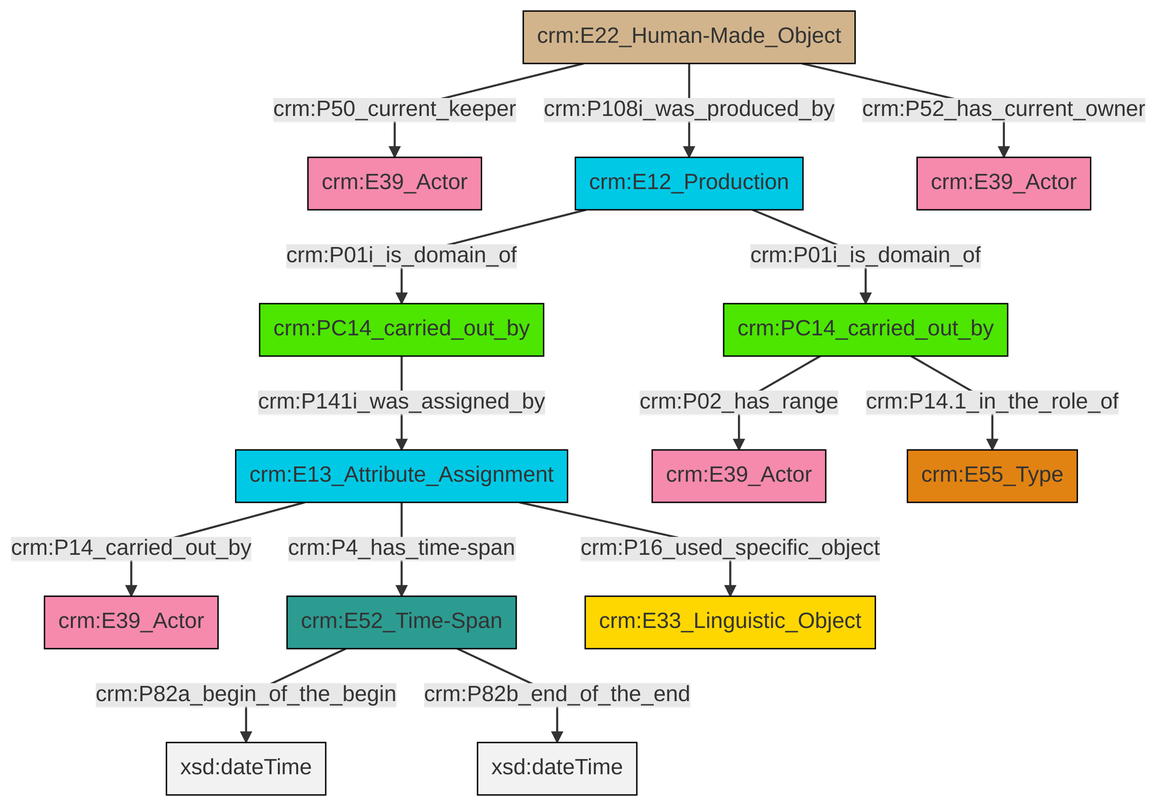
Before: et/carrierCSV/ttl/mmd/png/carrier_relations.png, a diagram exported from Mermaid (swiss-art-research-net/docs.swissartresearch). Its source is kept beside it as et/carrierCSV/ttl/mmd/carrier_relations.ttl.mmd.
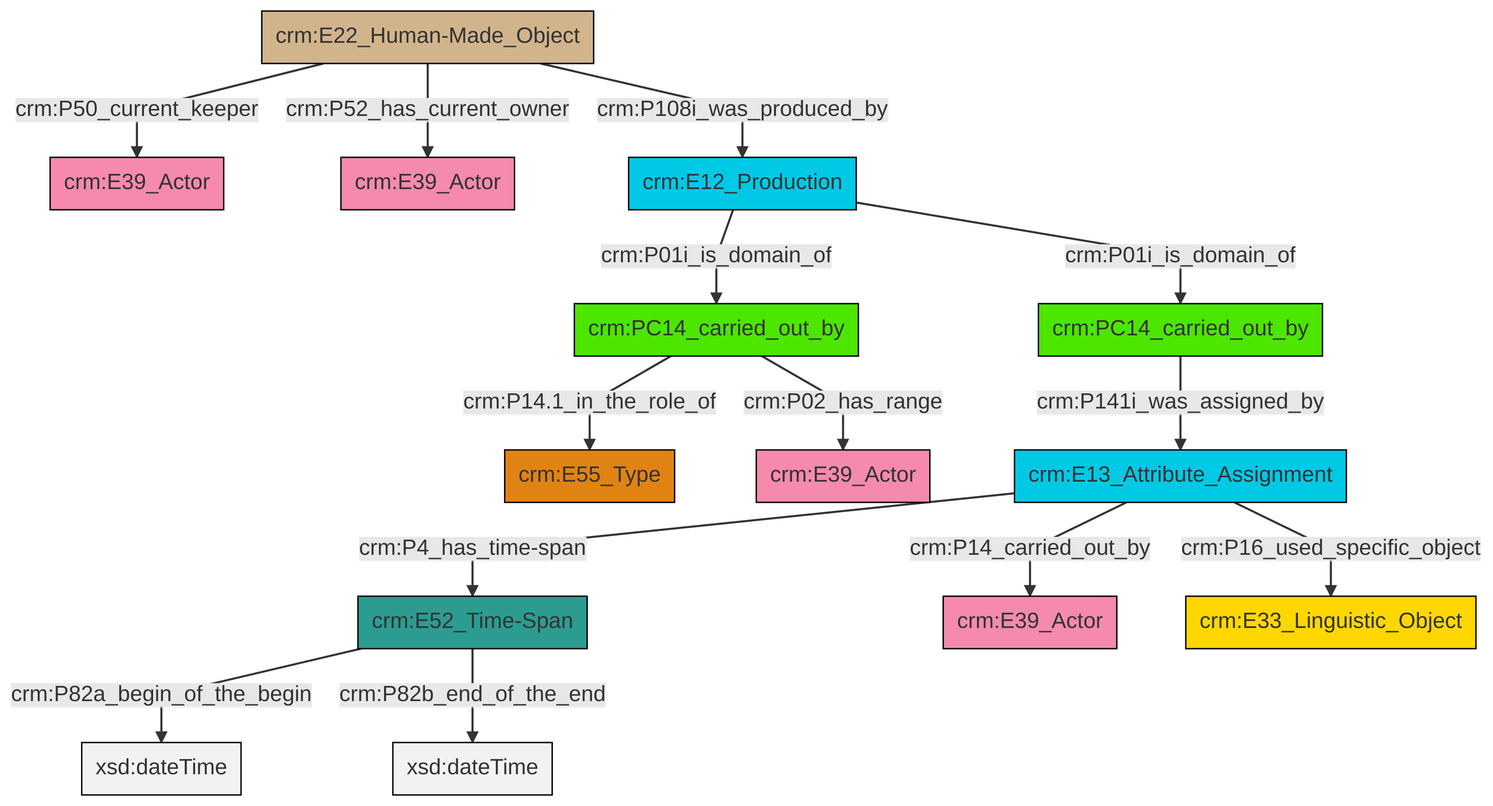
After the change.

The edit, as a diff of the source:
```diff
@@ -13,16 +13,16 @@
 classDef PC_Classes fill:#4ce600, stroke:#000000;
 classDef Multi fill:#cccccc,stroke:#000000;
 
-4["crm:E13_Attribute_Assignment"]:::Temporal_Entity -->|crm:P4_has_time-span| 5["crm:E52_Time-Span"]:::Time-Span
-6["crm:E12_Production"]:::Temporal_Entity -->|crm:P01i_is_domain_of| 7["crm:PC14_carried_out_by"]:::PC_Classes
-5["crm:E52_Time-Span"]:::Time-Span -->|crm:P82a_begin_of_the_begin| 14[xsd:dateTime]:::Literal
-4["crm:E13_Attribute_Assignment"]:::Temporal_Entity -->|crm:P16_used_specific_object| 12["crm:E33_Linguistic_Object"]:::Conceptual_Object
-8["crm:PC14_carried_out_by"]:::PC_Classes -->|crm:P14.1_in_the_role_of| 17["crm:E55_Type"]:::Type
-6["crm:E12_Production"]:::Temporal_Entity -->|crm:P01i_is_domain_of| 8["crm:PC14_carried_out_by"]:::PC_Classes
-5["crm:E52_Time-Span"]:::Time-Span -->|crm:P82b_end_of_the_end| 21[xsd:dateTime]:::Literal
-8["crm:PC14_carried_out_by"]:::PC_Classes -->|crm:P02_has_range| 10["crm:E39_Actor"]:::Actor
-19["crm:E22_Human-Made_Object"]:::Physical_Thing -->|crm:P50_current_keeper| 0["crm:E39_Actor"]:::Actor
-19["crm:E22_Human-Made_Object"]:::Physical_Thing -->|crm:P52_has_current_owner| 15["crm:E39_Actor"]:::Actor
-4["crm:E13_Attribute_Assignment"]:::Temporal_Entity -->|crm:P14_carried_out_by| 2["crm:E39_Actor"]:::Actor
-19["crm:E22_Human-Made_Object"]:::Physical_Thing -->|crm:P108i_was_produced_by| 6["crm:E12_Production"]:::Temporal_Entity
-7["crm:PC14_carried_out_by"]:::PC_Classes -->|crm:P141i_was_assigned_by| 4["crm:E13_Attribute_Assignment"]:::Temporal_Entity
+0["crm:E22_Human-Made_Object"]:::Physical_Thing -->|crm:P50_current_keeper| 1["crm:E39_Actor"]:::Actor
+2["crm:E52_Time-Span"]:::Time-Span -->|crm:P82a_begin_of_the_begin| 3[xsd:dateTime]:::Literal
+4["crm:PC14_carried_out_by"]:::PC_Classes -->|crm:P14.1_in_the_role_of| 6["crm:E55_Type"]:::Type
+9["crm:E13_Attribute_Assignment"]:::Temporal_Entity -->|crm:P4_has_time-span| 2["crm:E52_Time-Span"]:::Time-Span
+9["crm:E13_Attribute_Assignment"]:::Temporal_Entity -->|crm:P16_used_specific_object| 15["crm:E33_Linguistic_Object"]:::Conceptual_Object
+0["crm:E22_Human-Made_Object"]:::Physical_Thing -->|crm:P52_has_current_owner| 16["crm:E39_Actor"]:::Actor
+17["crm:E12_Production"]:::Temporal_Entity -->|crm:P01i_is_domain_of| 4["crm:PC14_carried_out_by"]:::PC_Classes
+9["crm:E13_Attribute_Assignment"]:::Temporal_Entity -->|crm:P14_carried_out_by| 12["crm:E39_Actor"]:::Actor
+10["crm:PC14_carried_out_by"]:::PC_Classes -->|crm:P141i_was_assigned_by| 9["crm:E13_Attribute_Assignment"]:::Temporal_Entity
+17["crm:E12_Production"]:::Temporal_Entity -->|crm:P01i_is_domain_of| 10["crm:PC14_carried_out_by"]:::PC_Classes
+4["crm:PC14_carried_out_by"]:::PC_Classes -->|crm:P02_has_range| 7["crm:E39_Actor"]:::Actor
+0["crm:E22_Human-Made_Object"]:::Physical_Thing -->|crm:P108i_was_produced_by| 17["crm:E12_Production"]:::Temporal_Entity
+2["crm:E52_Time-Span"]:::Time-Span -->|crm:P82b_end_of_the_end| 23[xsd:dateTime]:::Literal
```
